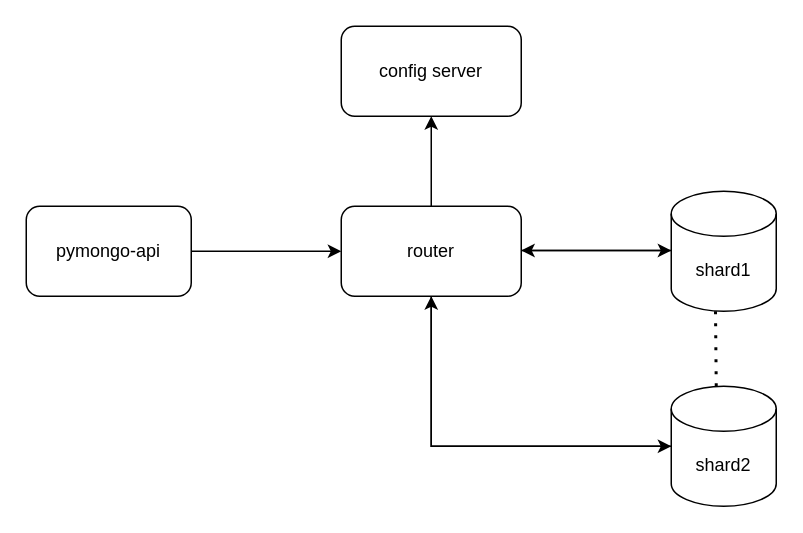
Before: diagrams/task1-1.drawio in sproggi/architecture-black_friday, a draw.io diagram. Source tidied: cells renumbered, new cells numbered last; positions are measured from the earlier drawing's top-left corner, leaving out a move shared by most shapes. Both pictures are drawn from the tidied source at 150%, with x=0, y=0 at pixel (26, 26).
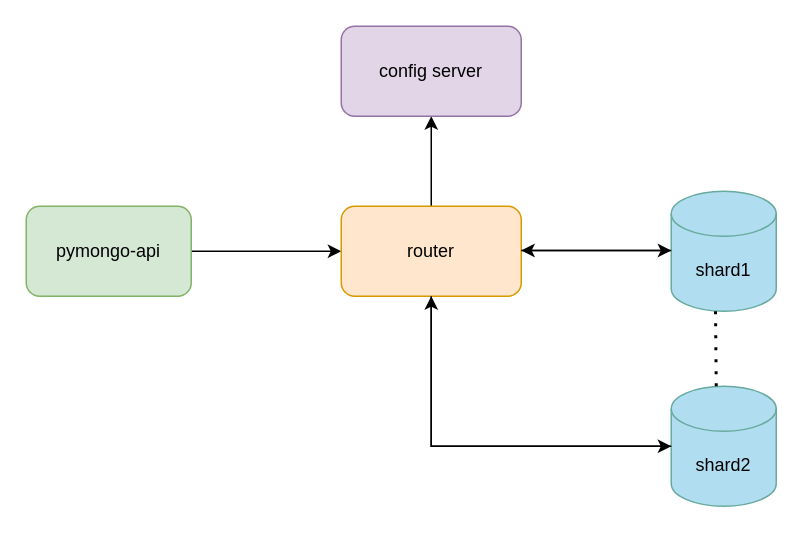
The same page after the edit.

The edit, as a diff of the source:
```diff
@@
 <mxGraphModel>
   <root>
     <mxCell id="0" />
     <mxCell id="1" parent="0" />
-    <mxCell id="2" value="shard2" style="shape=cylinder3;whiteSpace=wrap;html=1;boundedLbl=1;backgroundOutline=1;size=15;" parent="1" vertex="1">
+    <mxCell id="2" value="shard2" style="shape=cylinder3;whiteSpace=wrap;html=1;boundedLbl=1;backgroundOutline=1;size=15;fillColor=#b1ddf0;strokeColor=#67ab9f;" parent="1" vertex="1">
       <mxGeometry x="430" y="240" width="70" height="80" as="geometry" />
     </mxCell>
     <mxCell id="3" style="edgeStyle=orthogonalEdgeStyle;rounded=0;jettySize=auto;html=1;entryX=0;entryY=0.5;entryDx=0;entryDy=0;" parent="1" edge="1" source="4" target="7">
       <mxGeometry relative="1" as="geometry" />
     </mxCell>
-    <mxCell id="4" value="pymongo-api" style="rounded=1;whiteSpace=wrap;html=1;" parent="1" vertex="1">
+    <mxCell id="4" value="pymongo-api" style="rounded=1;whiteSpace=wrap;html=1;fillColor=#d5e8d4;strokeColor=#82b366;" parent="1" vertex="1">
       <mxGeometry y="120" width="110" height="60" as="geometry" />
     </mxCell>
-    <mxCell id="5" value="shard1" style="shape=cylinder3;whiteSpace=wrap;html=1;boundedLbl=1;backgroundOutline=1;size=15;" parent="1" vertex="1">
+    <mxCell id="5" value="shard1" style="shape=cylinder3;whiteSpace=wrap;html=1;boundedLbl=1;backgroundOutline=1;size=15;fillColor=#b1ddf0;strokeColor=#67ab9f;" parent="1" vertex="1">
       <mxGeometry x="430" y="110" width="70" height="80" as="geometry" />
     </mxCell>
     <mxCell id="6" style="edgeStyle=orthogonalEdgeStyle;rounded=0;jettySize=auto;html=1;entryX=0.5;entryY=1;entryDx=0;entryDy=0;" parent="1" edge="1" source="7" target="9">
       <mxGeometry relative="1" as="geometry" />
     </mxCell>
-    <mxCell id="7" value="router" style="rounded=1;whiteSpace=wrap;html=1;" parent="1" vertex="1">
+    <mxCell id="7" value="router" style="rounded=1;whiteSpace=wrap;html=1;fillColor=#ffe6cc;strokeColor=#d79b00;" parent="1" vertex="1">
       <mxGeometry x="210" y="120" width="120" height="60" as="geometry" />
     </mxCell>
     <mxCell id="8" style="edgeStyle=orthogonalEdgeStyle;rounded=0;jettySize=auto;html=1;entryX=0.5;entryY=1;entryDx=0;entryDy=0;" parent="1" edge="1" source="2" target="7">
       <mxGeometry relative="1" as="geometry" />
     </mxCell>
-    <mxCell id="9" value="config server" style="rounded=1;whiteSpace=wrap;html=1;" parent="1" vertex="1">
+    <mxCell id="9" value="config server" style="rounded=1;whiteSpace=wrap;html=1;fillColor=#e1d5e7;strokeColor=#9673a6;" parent="1" vertex="1">
       <mxGeometry x="210" width="120" height="60" as="geometry" />
     </mxCell>
     <mxCell id="10" style="endArrow=none;dashed=1;html=1;dashPattern=1 3;strokeWidth=2;rounded=0;entryX=0.5;entryY=1;entryDx=0;entryDy=0;" parent="1" edge="1">
       <mxGeometry relative="1" as="geometry">
         <mxPoint x="460" y="240" as="sourcePoint" />
         <mxPoint x="459.5" y="190" as="targetPoint" />
       </mxGeometry>
     </mxCell>
     <mxCell id="11" style="edgeStyle=orthogonalEdgeStyle;rounded=0;orthogonalLoop=1;jettySize=auto;html=1;" parent="1" edge="1">
       <mxGeometry relative="1" as="geometry">
         <mxPoint x="330" y="149.5" as="sourcePoint" />
         <mxPoint x="430" y="149.5" as="targetPoint" />
       </mxGeometry>
     </mxCell>
     <mxCell id="12" style="edgeStyle=orthogonalEdgeStyle;rounded=0;orthogonalLoop=1;jettySize=auto;html=1;" parent="1" edge="1">
       <mxGeometry relative="1" as="geometry">
         <mxPoint x="430" y="149.5" as="sourcePoint" />
         <mxPoint x="330" y="149.5" as="targetPoint" />
       </mxGeometry>
     </mxCell>
     <mxCell id="13" style="edgeStyle=orthogonalEdgeStyle;rounded=0;jettySize=auto;html=1;exitX=0.5;exitY=1;exitDx=0;exitDy=0;" parent="1" edge="1" source="7">
       <mxGeometry relative="1" as="geometry">
         <mxPoint x="430" y="280" as="targetPoint" />
         <Array as="points">
           <mxPoint x="270" y="280" />
         </Array>
       </mxGeometry>
     </mxCell>
   </root>
 </mxGraphModel>
```
